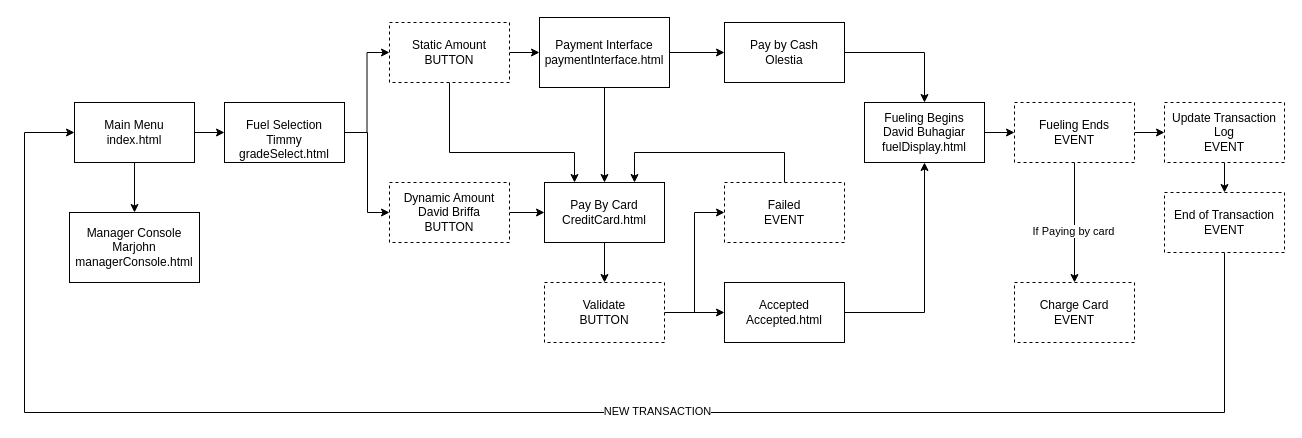
David-Briffa/CIS2207-Assignment keeps this draw.io diagram as GasStation.drawio. Above is the earlier version. Source tidied: cells renumbered, new cells numbered last; positions are measured from the earlier drawing's top-left corner, leaving out a move shared by most shapes. Both pictures are drawn from the tidied source at 100%, with x=0, y=0 at pixel (24, 17).
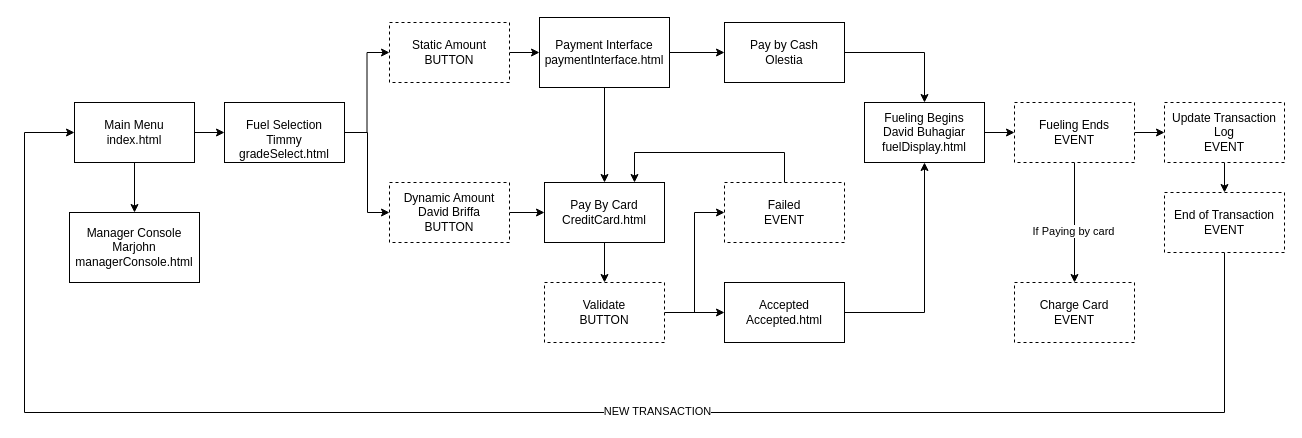
After the change.

The change refers to these unchanged cells:
```xml
<mxCell id="17" value="&lt;div&gt;Pay By Card&lt;/div&gt;&lt;div&gt;CreditCard.html&lt;br&gt;&lt;/div&gt;" style="rounded=0;whiteSpace=wrap;html=1;" parent="1" vertex="1">
  <mxGeometry x="520" y="165" width="120" height="60" as="geometry" />
</mxCell>
<mxCell id="27" value="&lt;div&gt;Static Amount&lt;/div&gt;BUTTON" style="rounded=0;whiteSpace=wrap;html=1;dashed=1;" parent="1" vertex="1">
  <mxGeometry x="365" y="5" width="120" height="60" as="geometry" />
</mxCell>
```

Change to the diagram source:
```diff
@@
-    <mxCell id="26" style="edgeStyle=orthogonalEdgeStyle;rounded=0;jettySize=auto;html=1;exitX=0.5;exitY=1;exitDx=0;exitDy=0;entryX=0.25;entryY=0;entryDx=0;entryDy=0;" parent="1" edge="1" source="27" target="17">
-      <mxGeometry relative="1" as="geometry">
-        <Array as="points">
-          <mxPoint x="425" y="135" />
-          <mxPoint x="550" y="135" />
-        </Array>
-      </mxGeometry>
-    </mxCell>
```
